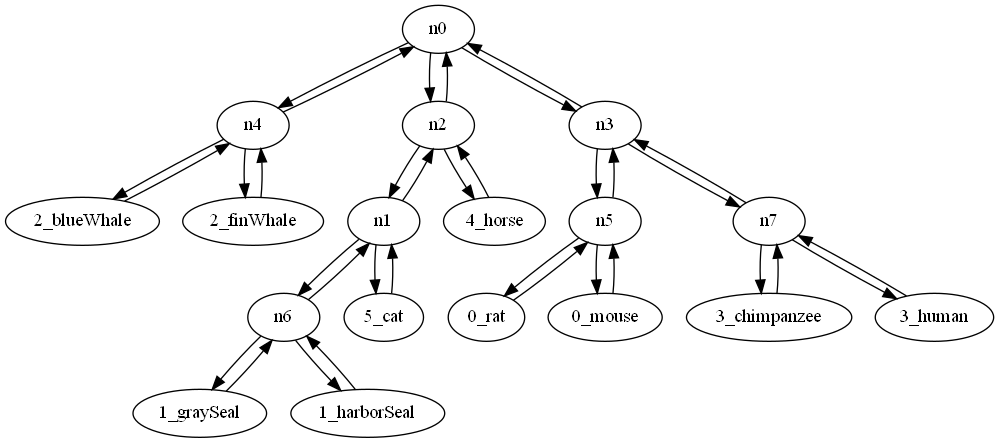
Above: doctest-output/round-table.gv.png in diogoazevedo15/zgli-showcase (Graphviz), before the change. Its source is kept beside it as doctest-output/round-table.gv.
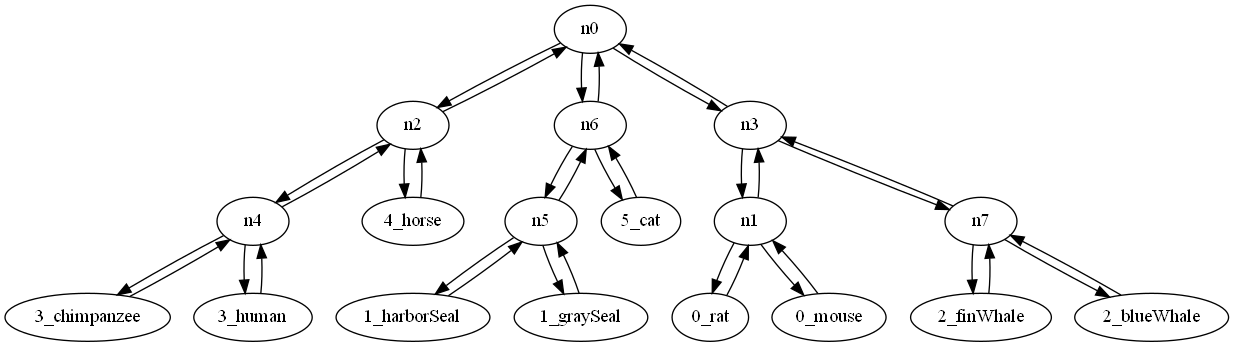
The same file after the commit.

What changed in the source:
```diff
@@ -1,54 +1,54 @@
 digraph "round-table" {
 	n0 [label=n0]
-	n0 -> n4
 	n0 -> n2
+	n0 -> n6
 	n0 -> n3
 	n1 [label=n1]
-	n1 -> n2
-	n1 -> n6
-	n1 -> "5_cat"
+	n1 -> n3
+	n1 -> "0_rat"
+	n1 -> "0_mouse"
 	n2 [label=n2]
-	n2 -> n1
 	n2 -> n0
+	n2 -> n4
 	n2 -> "4_horse"
 	n3 [label=n3]
-	n3 -> n5
+	n3 -> n7
 	n3 -> n0
-	n3 -> n7
+	n3 -> n1
 	n4 [label=n4]
-	n4 -> n0
-	n4 -> "2_blueWhale"
-	n4 -> "2_finWhale"
+	n4 -> n2
+	n4 -> "3_chimpanzee"
+	n4 -> "3_human"
 	n5 [label=n5]
-	n5 -> n3
-	n5 -> "0_rat"
-	n5 -> "0_mouse"
+	n5 -> n6
+	n5 -> "1_harborSeal"
+	n5 -> "1_graySeal"
 	n6 [label=n6]
-	n6 -> n1
-	n6 -> "1_graySeal"
-	n6 -> "1_harborSeal"
+	n6 -> n5
+	n6 -> n0
+	n6 -> "5_cat"
 	n7 [label=n7]
 	n7 -> n3
-	n7 -> "3_chimpanzee"
-	n7 -> "3_human"
+	n7 -> "2_finWhale"
+	n7 -> "2_blueWhale"
 	"0_rat" [label="0_rat"]
-	"0_rat" -> n5
-	"1_graySeal" [label="1_graySeal"]
-	"1_graySeal" -> n6
-	"2_blueWhale" [label="2_blueWhale"]
-	"2_blueWhale" -> n4
-	"2_finWhale" [label="2_finWhale"]
-	"2_finWhale" -> n4
+	"0_rat" -> n1
+	"5_cat" [label="5_cat"]
+	"5_cat" -> n6
+	"3_chimpanzee" [label="3_chimpanzee"]
+	"3_chimpanzee" -> n4
 	"4_horse" [label="4_horse"]
 	"4_horse" -> n2
-	"3_chimpanzee" [label="3_chimpanzee"]
-	"3_chimpanzee" -> n7
-	"5_cat" [label="5_cat"]
-	"5_cat" -> n1
 	"1_harborSeal" [label="1_harborSeal"]
-	"1_harborSeal" -> n6
+	"1_harborSeal" -> n5
 	"3_human" [label="3_human"]
-	"3_human" -> n7
+	"3_human" -> n4
+	"2_finWhale" [label="2_finWhale"]
+	"2_finWhale" -> n7
+	"1_graySeal" [label="1_graySeal"]
+	"1_graySeal" -> n5
 	"0_mouse" [label="0_mouse"]
-	"0_mouse" -> n5
+	"0_mouse" -> n1
+	"2_blueWhale" [label="2_blueWhale"]
+	"2_blueWhale" -> n7
 }
```
